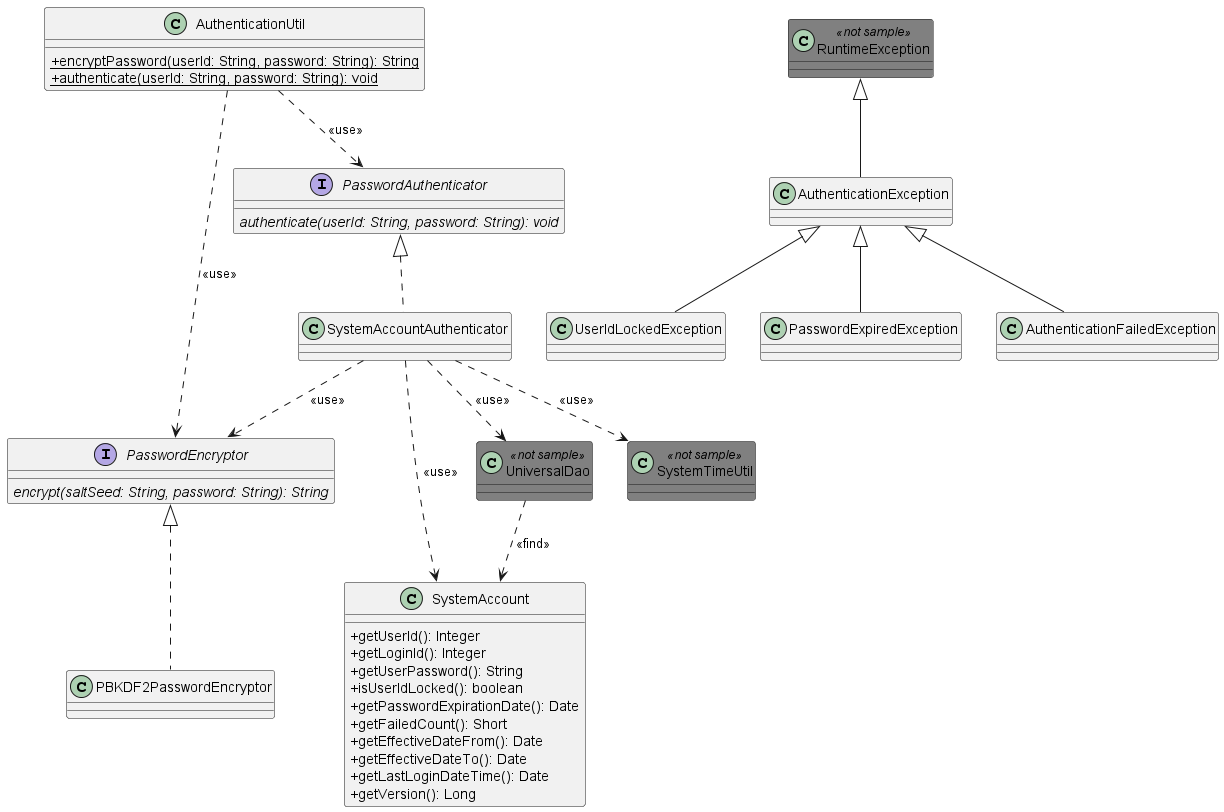
The PlantUML diagram ja/examples/01/_images/Authentication_ClassDiagram.png in nablarch/nablarch-document, before a commit.
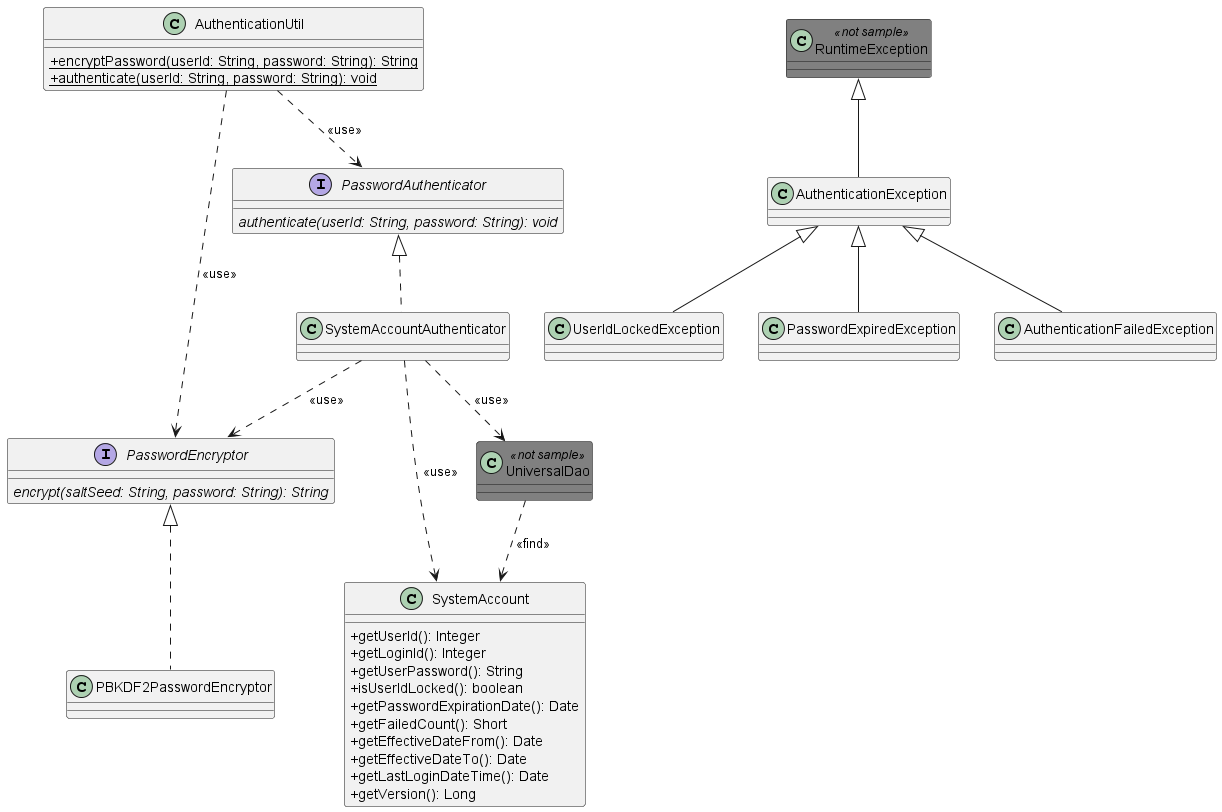
Later version of the same file.

Diff of the diagram source:
```diff
@@ -44,7 +44,6 @@
 }
 
 class UniversalDao <<not sample>>
-class SystemTimeUtil <<not sample>>
 
 AuthenticationUtil ..> PasswordEncryptor : <<use>>
 AuthenticationUtil ..> PasswordAuthenticator : <<use>>
@@ -52,7 +51,6 @@
 SystemAccountAuthenticator ..> SystemAccount : <<use>>
 SystemAccountAuthenticator ..> PasswordEncryptor: <<use>>
 SystemAccountAuthenticator ..> UniversalDao : <<use>>
-SystemAccountAuthenticator ..> SystemTimeUtil : <<use>>
 
 UniversalDao ..> SystemAccount: <<find>>
 
```
